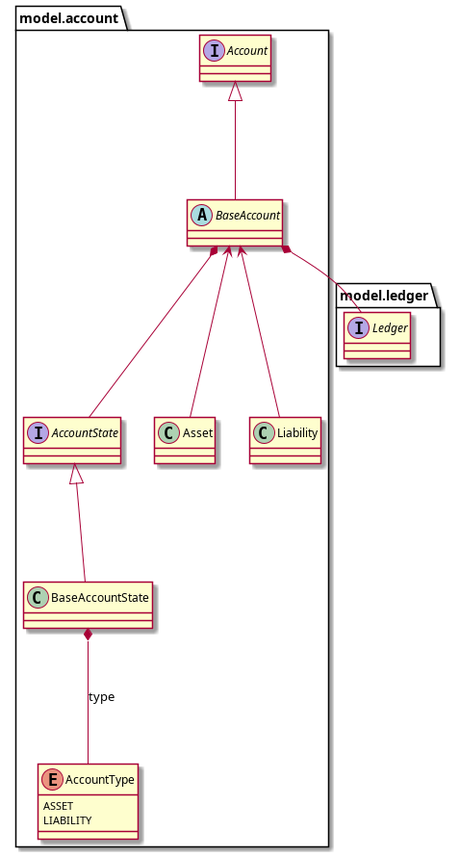
This is model_account.png from ilkosta/jbudgetimages, a PlantUML export, as it was before one commit. Its diagram source:
```plantuml
@startuml ../src/main/java/it/unicam/cs/pa/jbudget101101/doc-files/model_account.png

package model.ledger {
    interface Ledger
}

package model.account {
    abstract class BaseAccount
    interface Account
    interface AccountState


    Account <|-- BaseAccount
    BaseAccount <-- Asset
    BaseAccount <-- Liability

    BaseAccount *-- AccountState
    BaseAccount *-- Ledger

    AccountState <|-- BaseAccountState
    BaseAccountState *-- AccountType:type

    enum AccountType {
        ASSET
        LIABILITY
    }
}

@enduml
```
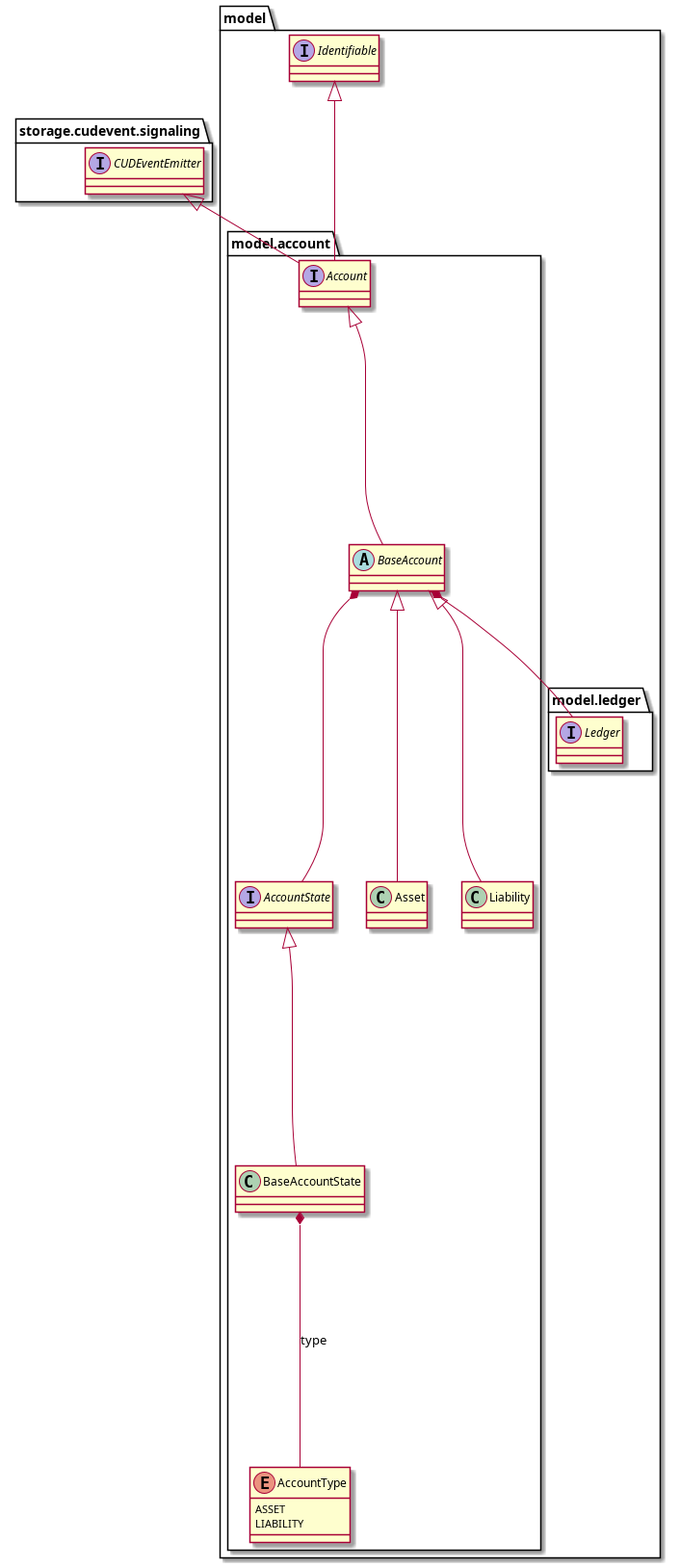
Later version of the same file.

The edit, as a diff of the source:
```diff
@@ -1,4 +1,11 @@
 @startuml ../src/main/java/it/unicam/cs/pa/jbudget101101/doc-files/model_account.png
+
+package storage.cudevent.signaling {
+    interface CUDEventEmitter
+}
+
+package model {
+    interface Identifiable
 
 package model.ledger {
     interface Ledger
@@ -9,10 +16,12 @@
     interface Account
     interface AccountState
 
+    Identifiable <|-- Account
+    CUDEventEmitter <|-- Account
 
     Account <|-- BaseAccount
-    BaseAccount <-- Asset
-    BaseAccount <-- Liability
+    BaseAccount <|-- Asset
+    BaseAccount <|-- Liability
 
     BaseAccount *-- AccountState
     BaseAccount *-- Ledger
@@ -25,5 +34,5 @@
         LIABILITY
     }
 }
-
+}
 @enduml
```
